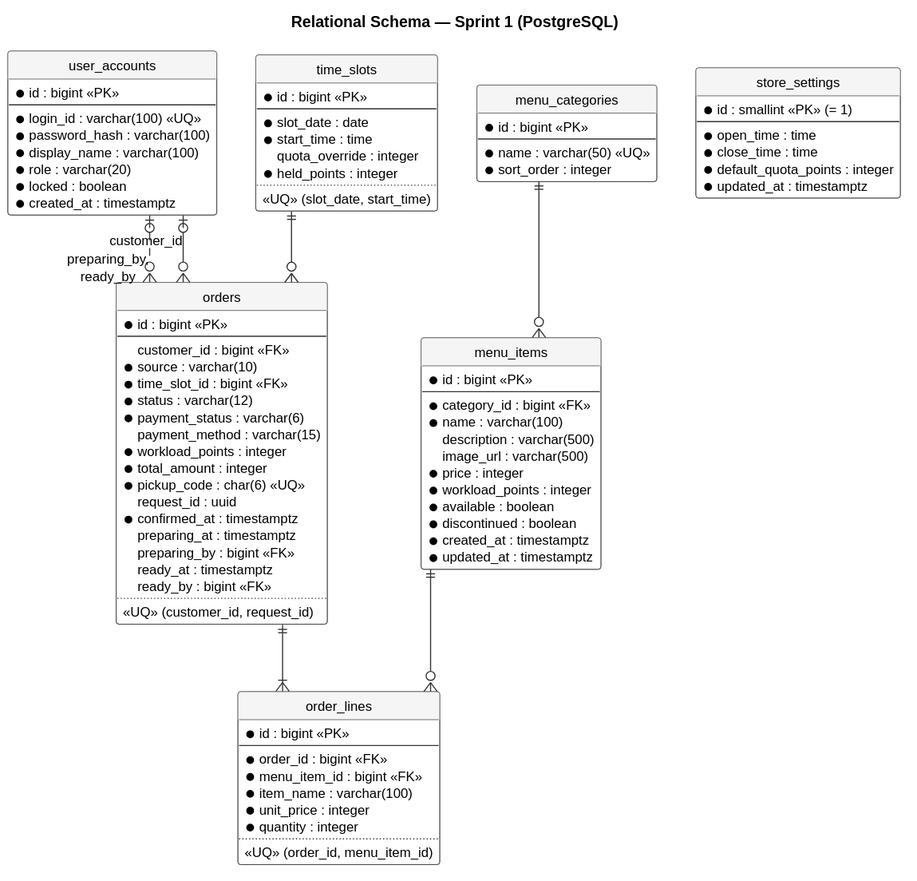
huyducnguyen0/smart-food-preorder keeps this PlantUML diagram as 01-ManagedArea/03-Design/Database/relational-schema.svg. Above is the earlier version.
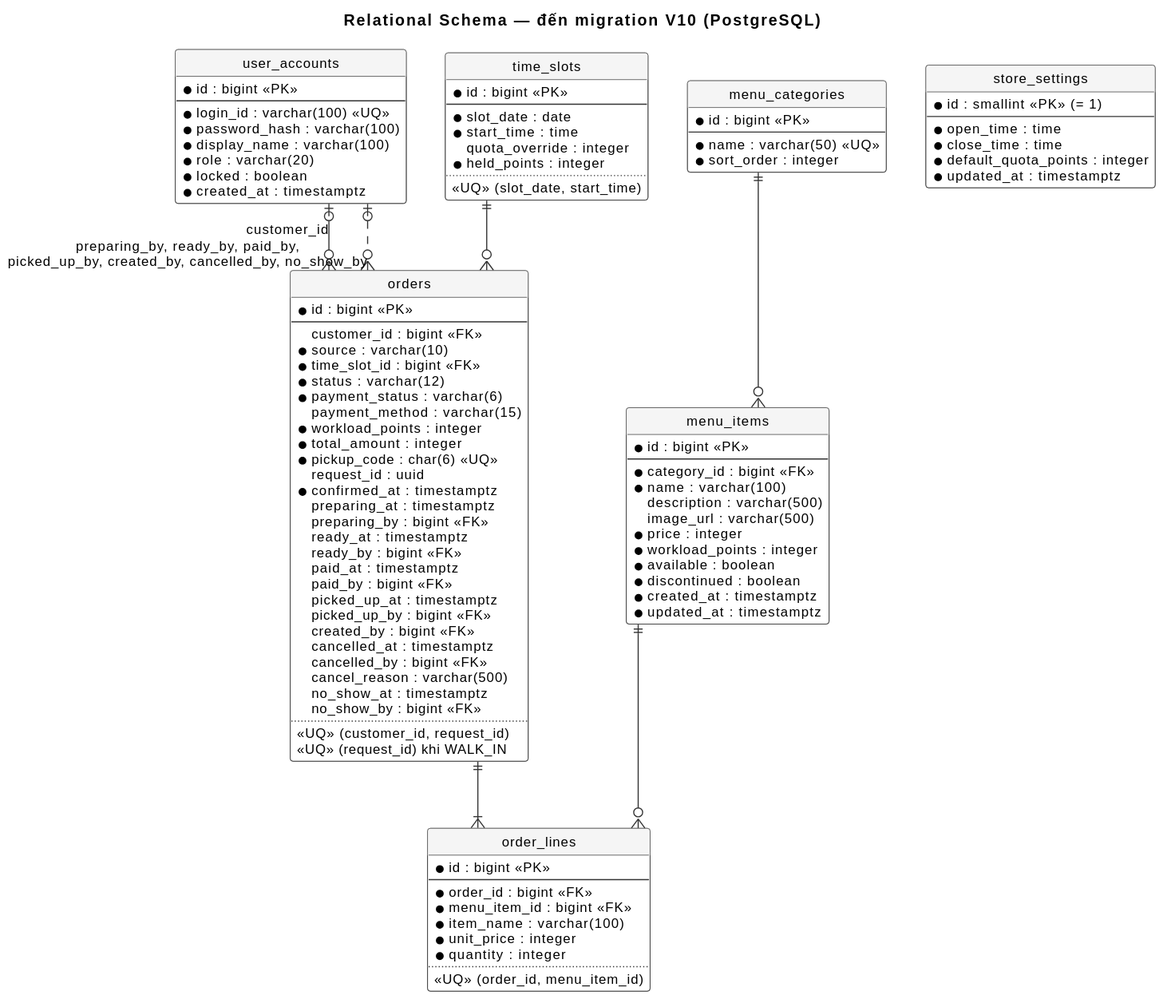
The same file after the commit.

Commit message:
docs: Database Design khớp schema V10, script dữ liệu demo, kết quả thử triển khai

Change to the diagram source:
```diff
@@ -3,7 +3,7 @@
 hide circle
 hide empty methods
 skinparam linetype ortho
-title Relational Schema — Sprint 1 (PostgreSQL)
+title Relational Schema — đến migration V10 (PostgreSQL)
 
 entity user_accounts {
   * id : bigint <<PK>>
@@ -76,8 +76,19 @@
   preparing_by : bigint <<FK>>
   ready_at : timestamptz
   ready_by : bigint <<FK>>
+  paid_at : timestamptz
+  paid_by : bigint <<FK>>
+  picked_up_at : timestamptz
+  picked_up_by : bigint <<FK>>
+  created_by : bigint <<FK>>
+  cancelled_at : timestamptz
+  cancelled_by : bigint <<FK>>
+  cancel_reason : varchar(500)
+  no_show_at : timestamptz
+  no_show_by : bigint <<FK>>
   ..
   <<UQ>> (customer_id, request_id)
+  <<UQ>> (request_id) khi WALK_IN
 }
 
 entity order_lines {
@@ -97,5 +108,5 @@
 time_slots ||--o{ orders
 orders ||--|{ order_lines
 menu_items ||--o{ order_lines
-user_accounts |o..o{ orders : preparing_by,\nready_by
+user_accounts |o..o{ orders : preparing_by, ready_by, paid_by,\npicked_up_by, created_by, cancelled_by, no_show_by
 @enduml
```
